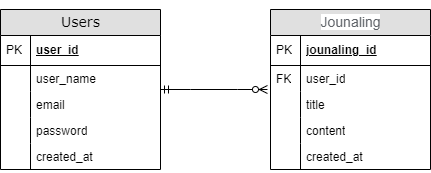
The draw.io diagram documents/設計/DB.drawio.png in MatsudaSaku/MoodTune, before a commit. Source tidied: cells renumbered, new cells last; positions are measured from the earlier drawing's top-left corner, leaving out a move shared by most shapes.
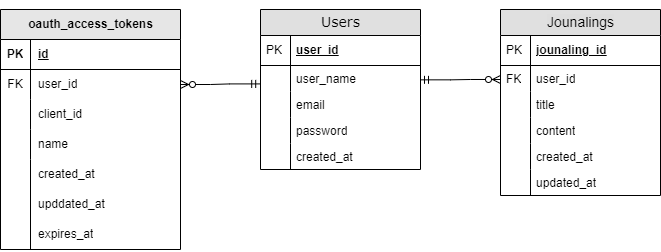
The same diagram one commit later.

Commit message:
DB.drawio.png を更新します

Change to the diagram source:
```diff
@@ -2,8 +2,8 @@
   <root>
     <mxCell id="0" />
     <mxCell id="1" parent="0" />
-    <mxCell id="2" value="&lt;p&gt;&lt;span style=&quot;color: rgb(95, 99, 104); font-family: arial, sans-serif; text-align: left; text-wrap: wrap; background-color: rgb(255, 255, 255);&quot;&gt;Jounaling&lt;/span&gt;&lt;/p&gt;" style="swimlane;html=1;fontStyle=0;horizontal=1;startSize=26;fillColor=#e0e0e0;swimlaneFillColor=#ffffff;align=center;rounded=0;shadow=0;comic=0;labelBackgroundColor=none;strokeWidth=1;fontFamily=Verdana;fontSize=14;" parent="1" vertex="1">
-      <mxGeometry x="270" width="160" height="160" as="geometry" />
+    <mxCell id="2" value="&lt;p&gt;&lt;span style=&quot;font-family: arial, sans-serif; text-align: left; text-wrap: wrap; background-color: rgb(222, 222, 222);&quot;&gt;Jounalings&lt;/span&gt;&lt;/p&gt;" style="swimlane;html=1;fontStyle=0;horizontal=1;startSize=26;fillColor=#e0e0e0;swimlaneFillColor=#ffffff;align=center;rounded=0;shadow=0;comic=0;labelBackgroundColor=none;strokeWidth=1;fontFamily=Verdana;fontSize=14;" parent="1" vertex="1">
+      <mxGeometry x="270" y="-60" width="160" height="186" as="geometry" />
     </mxCell>
     <mxCell id="3" value="jounaling_id" style="shape=partialRectangle;top=0;left=0;right=0;bottom=1;html=1;align=left;verticalAlign=middle;fillColor=none;spacingLeft=34;spacingRight=4;whiteSpace=wrap;overflow=hidden;fontStyle=5;" parent="2" vertex="1">
       <mxGeometry y="26" width="160" height="30" as="geometry" />
@@ -35,8 +35,14 @@
     <mxCell id="12" style="shape=partialRectangle;top=0;left=0;bottom=0;html=1;fillColor=none;align=left;verticalAlign=top;spacingLeft=4;spacingRight=4;whiteSpace=wrap;overflow=hidden;" parent="11" vertex="1">
       <mxGeometry width="30" height="26" as="geometry" />
     </mxCell>
+    <mxCell id="25" value="updated_at" style="shape=partialRectangle;top=0;left=0;right=0;bottom=0;html=1;align=left;verticalAlign=top;fillColor=none;spacingLeft=34;spacingRight=4;whiteSpace=wrap;overflow=hidden;" parent="2" vertex="1">
+      <mxGeometry y="160" width="160" height="26" as="geometry" />
+    </mxCell>
+    <mxCell id="26" style="shape=partialRectangle;top=0;left=0;bottom=0;html=1;fillColor=none;align=left;verticalAlign=top;spacingLeft=4;spacingRight=4;whiteSpace=wrap;overflow=hidden;" parent="25" vertex="1">
+      <mxGeometry width="30" height="26" as="geometry" />
+    </mxCell>
     <mxCell id="13" value="Users" style="swimlane;html=1;fontStyle=0;horizontal=1;startSize=26;fillColor=#e0e0e0;swimlaneFillColor=none;align=center;rounded=0;shadow=0;comic=0;labelBackgroundColor=none;strokeWidth=1;fontFamily=Verdana;fontSize=14;" parent="1" vertex="1">
-      <mxGeometry width="160" height="160" as="geometry" />
+      <mxGeometry x="30" y="-60" width="160" height="160" as="geometry" />
     </mxCell>
     <mxCell id="14" value="user_id" style="shape=partialRectangle;top=0;left=0;right=0;bottom=1;html=1;align=left;verticalAlign=middle;fillColor=none;spacingLeft=34;spacingRight=4;whiteSpace=wrap;overflow=hidden;fontStyle=5;" parent="13" vertex="1">
       <mxGeometry y="26" width="160" height="30" as="geometry" />
@@ -68,14 +74,77 @@
     <mxCell id="23" style="shape=partialRectangle;top=0;left=0;bottom=0;html=1;fillColor=none;align=left;verticalAlign=top;spacingLeft=4;spacingRight=4;whiteSpace=wrap;overflow=hidden;" parent="22" vertex="1">
       <mxGeometry width="30" height="26" as="geometry" />
     </mxCell>
-    <mxCell id="24" style="edgeStyle=entityRelationEdgeStyle;fontSize=12;html=1;endArrow=ERzeroToMany;startArrow=ERmandOne;rounded=0;entryX=-0.019;entryY=0.923;entryDx=0;entryDy=0;entryPerimeter=0;" parent="1" edge="1" target="5">
+    <mxCell id="24" style="edgeStyle=entityRelationEdgeStyle;fontSize=12;html=1;endArrow=ERzeroToMany;startArrow=ERmandOne;rounded=0;entryX=0;entryY=0.538;entryDx=0;entryDy=0;entryPerimeter=0;" parent="1" edge="1" target="5">
       <mxGeometry relative="1" as="geometry">
-        <mxPoint x="160" y="80" as="sourcePoint" />
+        <mxPoint x="190" y="10.3" as="sourcePoint" />
         <Array as="points">
-          <mxPoint x="280" y="50" />
-          <mxPoint x="280" y="40" />
+          <mxPoint x="280" y="-20" />
+          <mxPoint x="280" y="-30" />
         </Array>
       </mxGeometry>
     </mxCell>
+    <mxCell id="27" value="oauth_access_tokens" style="shape=table;startSize=30;rowLines=0;fontStyle=1;align=center;html=1;fillColor=#E6E6E6;" parent="1" vertex="1">
+      <mxGeometry x="-230" y="-60" width="180" height="240" as="geometry" />
+    </mxCell>
+    <mxCell id="28" style="shape=tableRow;horizontal=0;startSize=0;swimlaneHead=0;swimlaneBody=0;fillColor=none;top=0;left=0;right=0;bottom=1;" parent="27" vertex="1">
+      <mxGeometry y="30" width="180" height="30" as="geometry" />
+    </mxCell>
+    <mxCell id="29" value="PK" style="shape=partialRectangle;fillColor=none;top=0;left=0;bottom=0;right=0;fontStyle=1;overflow=hidden;whiteSpace=wrap;html=1;" parent="28" vertex="1">
+      <mxGeometry width="30" height="30" as="geometry" />
+    </mxCell>
+    <mxCell id="30" value="id" style="shape=partialRectangle;fillColor=none;top=0;left=0;bottom=0;right=0;align=left;spacingLeft=6;fontStyle=5;overflow=hidden;whiteSpace=wrap;html=1;" parent="28" vertex="1">
+      <mxGeometry x="30" width="150" height="30" as="geometry" />
+    </mxCell>
+    <mxCell id="31" style="shape=tableRow;horizontal=0;startSize=0;swimlaneHead=0;swimlaneBody=0;fillColor=none;points=[[0,0.5],[1,0.5]];portConstraint=eastwest;top=0;left=0;right=0;bottom=0;" parent="27" vertex="1">
+      <mxGeometry y="60" width="180" height="30" as="geometry" />
+    </mxCell>
+    <mxCell id="32" value="FK" style="shape=partialRectangle;fillColor=none;top=0;left=0;bottom=0;right=0;overflow=hidden;whiteSpace=wrap;html=1;" parent="31" vertex="1">
+      <mxGeometry width="30" height="30" as="geometry" />
+    </mxCell>
+    <mxCell id="33" value="user_id" style="shape=partialRectangle;fillColor=none;top=0;left=0;bottom=0;right=0;align=left;spacingLeft=6;overflow=hidden;whiteSpace=wrap;html=1;" parent="31" vertex="1">
+      <mxGeometry x="30" width="150" height="30" as="geometry" />
+    </mxCell>
+    <mxCell id="34" style="shape=tableRow;horizontal=0;startSize=0;swimlaneHead=0;swimlaneBody=0;fillColor=none;top=0;left=0;right=0;bottom=0;" parent="27" vertex="1">
+      <mxGeometry y="90" width="180" height="30" as="geometry" />
+    </mxCell>
+    <mxCell id="35" style="shape=partialRectangle;fillColor=none;top=0;left=0;bottom=0;right=0;overflow=hidden;whiteSpace=wrap;html=1;" parent="34" vertex="1">
+      <mxGeometry width="30" height="30" as="geometry" />
+    </mxCell>
+    <mxCell id="36" value="client_id" style="shape=partialRectangle;fillColor=none;top=0;left=0;bottom=0;right=0;align=left;spacingLeft=6;overflow=hidden;whiteSpace=wrap;html=1;" parent="34" vertex="1">
+      <mxGeometry x="30" width="150" height="30" as="geometry" />
+    </mxCell>
+    <mxCell id="37" style="shape=tableRow;horizontal=0;startSize=0;swimlaneHead=0;swimlaneBody=0;fillColor=none;top=0;left=0;right=0;bottom=0;" parent="27" vertex="1">
+      <mxGeometry y="120" width="180" height="30" as="geometry" />
+    </mxCell>
+    <mxCell id="38" style="shape=partialRectangle;fillColor=none;top=0;left=0;bottom=0;right=0;overflow=hidden;whiteSpace=wrap;html=1;" parent="37" vertex="1">
+      <mxGeometry width="30" height="30" as="geometry" />
+    </mxCell>
+    <mxCell id="39" value="name" style="shape=partialRectangle;fillColor=none;top=0;left=0;bottom=0;right=0;align=left;spacingLeft=6;overflow=hidden;whiteSpace=wrap;html=1;" parent="37" vertex="1">
+      <mxGeometry x="30" width="150" height="30" as="geometry" />
+    </mxCell>
+    <mxCell id="40" value="created_at" style="shape=partialRectangle;fillColor=none;top=0;left=0;bottom=0;right=0;align=left;spacingLeft=6;overflow=hidden;whiteSpace=wrap;html=1;" parent="1" vertex="1">
+      <mxGeometry x="-200" y="90" width="150" height="30" as="geometry" />
+    </mxCell>
+    <mxCell id="41" value="upddated_at" style="shape=partialRectangle;fillColor=none;top=0;left=0;bottom=0;right=0;align=left;spacingLeft=6;overflow=hidden;whiteSpace=wrap;html=1;" parent="1" vertex="1">
+      <mxGeometry x="-200" y="120" width="150" height="30" as="geometry" />
+    </mxCell>
+    <mxCell id="42" value="expires_at" style="shape=partialRectangle;fillColor=none;top=0;left=0;bottom=0;right=0;align=left;spacingLeft=6;overflow=hidden;whiteSpace=wrap;html=1;" parent="1" vertex="1">
+      <mxGeometry x="-200" y="150" width="150" height="30" as="geometry" />
+    </mxCell>
+    <mxCell id="43" style="endArrow=none;html=1;rounded=0;" parent="1" edge="1">
+      <mxGeometry relative="1" as="geometry">
+        <mxPoint x="-200" y="180" as="sourcePoint" />
+        <mxPoint x="-200" y="90" as="targetPoint" />
+      </mxGeometry>
+    </mxCell>
+    <mxCell id="44" style="edgeStyle=entityRelationEdgeStyle;fontSize=12;html=1;endArrow=ERzeroToMany;startArrow=ERmandOne;rounded=0;entryX=1;entryY=0.5;entryDx=0;entryDy=0;exitX=-0.005;exitY=0.708;exitDx=0;exitDy=0;exitPerimeter=0;" parent="1" edge="1" source="16" target="31">
+      <mxGeometry relative="1" as="geometry">
+        <Array as="points">
+          <mxPoint x="90" y="119.7" />
+          <mxPoint x="10" y="15" />
+          <mxPoint x="90" y="109.7" />
+        </Array>
+      </mxGeometry>
+    </mxCell>
   </root>
 </mxGraphModel>
```
